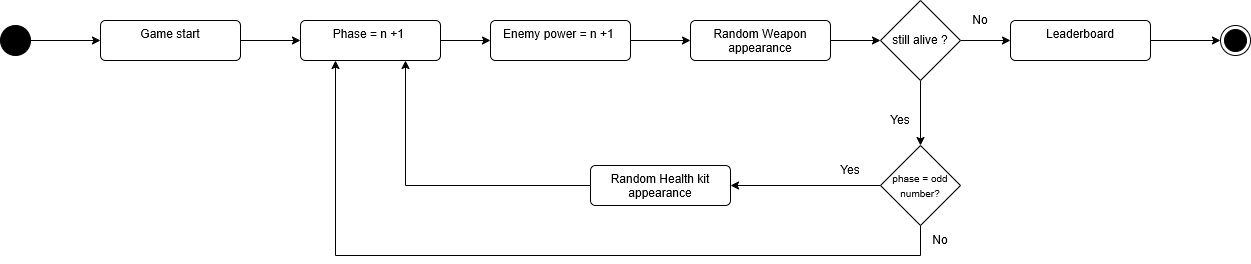
The draw.io diagram src/welcomePage/ressources/images/GamePlayDiagram.drawio.png in FlorentEpiney/SunCity, before a commit. Source tidied: cells renumbered, new cells last; positions are measured from the earlier drawing's top-left corner, leaving out a move shared by most shapes. The source it was exported from:
```xml
<mxGraphModel>
  <root>
    <mxCell id="0" />
    <mxCell id="1" parent="0" />
    <mxCell id="2" style="edgeStyle=orthogonalEdgeStyle;rounded=0;jettySize=auto;html=1;" parent="1" edge="1" source="3" target="5">
      <mxGeometry relative="1" as="geometry" />
    </mxCell>
    <mxCell id="3" style="ellipse;fillColor=strokeColor;html=1;" parent="1" vertex="1">
      <mxGeometry y="25" width="30" height="30" as="geometry" />
    </mxCell>
    <mxCell id="4" style="edgeStyle=orthogonalEdgeStyle;rounded=0;jettySize=auto;html=1;entryX=0;entryY=0.5;entryDx=0;entryDy=0;" parent="1" edge="1" source="5" target="7">
      <mxGeometry relative="1" as="geometry" />
    </mxCell>
    <mxCell id="5" value="Game start" style="html=1;align=center;verticalAlign=top;rounded=1;absoluteArcSize=1;arcSize=10;dashed=0;whiteSpace=wrap;" parent="1" vertex="1">
      <mxGeometry x="100" y="20" width="140" height="40" as="geometry" />
    </mxCell>
    <mxCell id="6" style="edgeStyle=orthogonalEdgeStyle;rounded=0;jettySize=auto;html=1;" parent="1" edge="1" source="7" target="21">
      <mxGeometry relative="1" as="geometry" />
    </mxCell>
    <mxCell id="7" value="Phase = n +1&amp;nbsp;" style="html=1;align=center;verticalAlign=top;rounded=1;absoluteArcSize=1;arcSize=10;dashed=0;whiteSpace=wrap;" parent="1" vertex="1">
      <mxGeometry x="300" y="20" width="140" height="40" as="geometry" />
    </mxCell>
    <mxCell id="8" style="edgeStyle=orthogonalEdgeStyle;rounded=0;jettySize=auto;html=1;" parent="1" edge="1" source="9" target="14">
      <mxGeometry relative="1" as="geometry" />
    </mxCell>
    <mxCell id="9" value="Random Weapon appearance" style="html=1;align=center;verticalAlign=top;rounded=1;absoluteArcSize=1;arcSize=10;dashed=0;whiteSpace=wrap;" parent="1" vertex="1">
      <mxGeometry x="690" y="20" width="140" height="40" as="geometry" />
    </mxCell>
    <mxCell id="10" style="edgeStyle=orthogonalEdgeStyle;rounded=0;jettySize=auto;html=1;entryX=0;entryY=0.5;entryDx=0;entryDy=0;" parent="1" edge="1" source="11" target="22">
      <mxGeometry relative="1" as="geometry" />
    </mxCell>
    <mxCell id="11" value="Leaderboard" style="html=1;align=center;verticalAlign=top;rounded=1;absoluteArcSize=1;arcSize=10;dashed=0;whiteSpace=wrap;" parent="1" vertex="1">
      <mxGeometry x="1010" y="20" width="140" height="40" as="geometry" />
    </mxCell>
    <mxCell id="12" style="edgeStyle=orthogonalEdgeStyle;rounded=0;jettySize=auto;html=1;exitX=1;exitY=0.5;exitDx=0;exitDy=0;entryX=0;entryY=0.5;entryDx=0;entryDy=0;" parent="1" edge="1" source="14" target="11">
      <mxGeometry relative="1" as="geometry" />
    </mxCell>
    <mxCell id="13" style="edgeStyle=orthogonalEdgeStyle;rounded=0;jettySize=auto;html=1;exitX=0.5;exitY=1;exitDx=0;exitDy=0;entryX=0.5;entryY=0;entryDx=0;entryDy=0;" parent="1" edge="1" source="14" target="17">
      <mxGeometry relative="1" as="geometry" />
    </mxCell>
    <mxCell id="14" value="still alive ?" style="rhombus;whiteSpace=wrap;html=1;" parent="1" vertex="1">
      <mxGeometry x="880" width="80" height="80" as="geometry" />
    </mxCell>
    <mxCell id="15" style="edgeStyle=orthogonalEdgeStyle;rounded=0;jettySize=auto;html=1;exitX=0;exitY=0.5;exitDx=0;exitDy=0;entryX=1;entryY=0.5;entryDx=0;entryDy=0;" parent="1" edge="1" source="17" target="19">
      <mxGeometry relative="1" as="geometry" />
    </mxCell>
    <mxCell id="16" style="edgeStyle=orthogonalEdgeStyle;rounded=0;jettySize=auto;html=1;entryX=0.25;entryY=1;entryDx=0;entryDy=0;" parent="1" edge="1" source="17" target="7">
      <mxGeometry relative="1" as="geometry">
        <Array as="points">
          <mxPoint x="920" y="255" />
          <mxPoint x="335" y="255" />
        </Array>
      </mxGeometry>
    </mxCell>
    <mxCell id="17" value="&lt;font style=&quot;font-size: 10px;&quot;&gt;phase = odd number?&lt;/font&gt;" style="rhombus;whiteSpace=wrap;html=1;" parent="1" vertex="1">
      <mxGeometry x="880" y="145" width="80" height="80" as="geometry" />
    </mxCell>
    <mxCell id="18" style="edgeStyle=orthogonalEdgeStyle;rounded=0;jettySize=auto;html=1;entryX=0.75;entryY=1;entryDx=0;entryDy=0;" parent="1" edge="1" source="19" target="7">
      <mxGeometry relative="1" as="geometry" />
    </mxCell>
    <mxCell id="19" value="Random Health kit appearance" style="html=1;align=center;verticalAlign=top;rounded=1;absoluteArcSize=1;arcSize=10;dashed=0;whiteSpace=wrap;" parent="1" vertex="1">
      <mxGeometry x="590" y="165" width="140" height="40" as="geometry" />
    </mxCell>
    <mxCell id="20" style="edgeStyle=orthogonalEdgeStyle;rounded=0;jettySize=auto;html=1;" parent="1" edge="1" source="21" target="9">
      <mxGeometry relative="1" as="geometry" />
    </mxCell>
    <mxCell id="21" value="Enemy power = n +1&amp;nbsp;" style="html=1;align=center;verticalAlign=top;rounded=1;absoluteArcSize=1;arcSize=10;dashed=0;whiteSpace=wrap;" parent="1" vertex="1">
      <mxGeometry x="490" y="20" width="140" height="40" as="geometry" />
    </mxCell>
    <mxCell id="22" style="ellipse;html=1;shape=endState;fillColor=strokeColor;" parent="1" vertex="1">
      <mxGeometry x="1220" y="25" width="30" height="30" as="geometry" />
    </mxCell>
    <mxCell id="23" value="No" style="text;html=1;align=center;verticalAlign=middle;whiteSpace=wrap;rounded=0;" parent="1" vertex="1">
      <mxGeometry x="950" y="5" width="60" height="30" as="geometry" />
    </mxCell>
    <mxCell id="24" value="Yes" style="text;html=1;align=center;verticalAlign=middle;whiteSpace=wrap;rounded=0;" parent="1" vertex="1">
      <mxGeometry x="870" y="105" width="60" height="30" as="geometry" />
    </mxCell>
    <mxCell id="25" value="No" style="text;html=1;align=center;verticalAlign=middle;whiteSpace=wrap;rounded=0;" parent="1" vertex="1">
      <mxGeometry x="910" y="225" width="60" height="30" as="geometry" />
    </mxCell>
    <mxCell id="26" value="Yes" style="text;html=1;align=center;verticalAlign=middle;whiteSpace=wrap;rounded=0;" parent="1" vertex="1">
      <mxGeometry x="820" y="155" width="60" height="30" as="geometry" />
    </mxCell>
  </root>
</mxGraphModel>
```
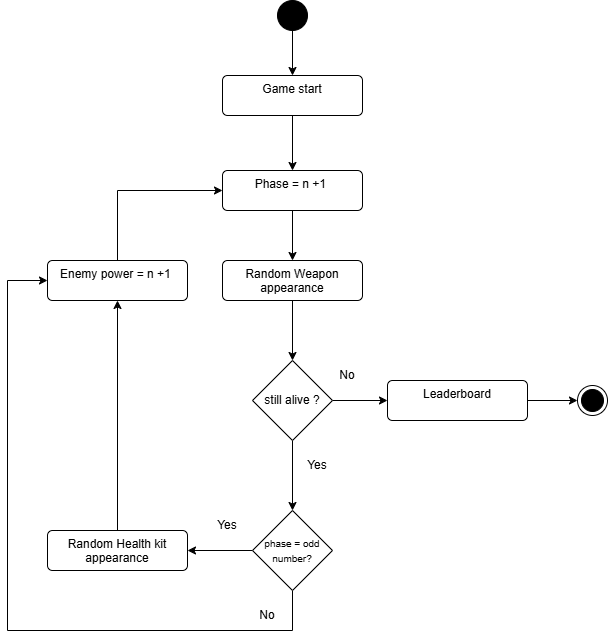
After the change.

Change to the diagram source:
```diff
@@ -8,79 +8,80 @@
     <mxCell id="3" style="ellipse;fillColor=strokeColor;html=1;" parent="1" vertex="1">
       <mxGeometry y="25" width="30" height="30" as="geometry" />
     </mxCell>
-    <mxCell id="4" style="edgeStyle=orthogonalEdgeStyle;rounded=0;jettySize=auto;html=1;entryX=0;entryY=0.5;entryDx=0;entryDy=0;" parent="1" edge="1" source="5" target="7">
+    <mxCell id="4" style="edgeStyle=orthogonalEdgeStyle;rounded=0;jettySize=auto;html=1;exitX=0.5;exitY=1;exitDx=0;exitDy=0;entryX=0.5;entryY=0;entryDx=0;entryDy=0;" parent="1" edge="1" source="5" target="7">
       <mxGeometry relative="1" as="geometry" />
     </mxCell>
     <mxCell id="5" value="Game start" style="html=1;align=center;verticalAlign=top;rounded=1;absoluteArcSize=1;arcSize=10;dashed=0;whiteSpace=wrap;" parent="1" vertex="1">
-      <mxGeometry x="100" y="20" width="140" height="40" as="geometry" />
+      <mxGeometry x="-55" y="100" width="140" height="40" as="geometry" />
     </mxCell>
-    <mxCell id="6" style="edgeStyle=orthogonalEdgeStyle;rounded=0;jettySize=auto;html=1;" parent="1" edge="1" source="7" target="21">
-      <mxGeometry relative="1" as="geometry" />
-    </mxCell>
+    <mxCell id="27" style="edgeStyle=orthogonalEdgeStyle;rounded=0;jettySize=auto;html=1;exitX=0.5;exitY=1;exitDx=0;exitDy=0;entryX=0.5;entryY=0;entryDx=0;entryDy=0;" parent="1" edge="1" source="7" target="9">
+      <mxGeometry relative="1" as="geometry" />
+    </mxCell>
     <mxCell id="7" value="Phase = n +1&amp;nbsp;" style="html=1;align=center;verticalAlign=top;rounded=1;absoluteArcSize=1;arcSize=10;dashed=0;whiteSpace=wrap;" parent="1" vertex="1">
-      <mxGeometry x="300" y="20" width="140" height="40" as="geometry" />
+      <mxGeometry x="-55" y="195" width="140" height="40" as="geometry" />
     </mxCell>
-    <mxCell id="8" style="edgeStyle=orthogonalEdgeStyle;rounded=0;jettySize=auto;html=1;" parent="1" edge="1" source="9" target="14">
+    <mxCell id="8" style="edgeStyle=orthogonalEdgeStyle;rounded=0;jettySize=auto;html=1;entryX=0.5;entryY=0;entryDx=0;entryDy=0;" parent="1" edge="1" source="9" target="14">
       <mxGeometry relative="1" as="geometry" />
     </mxCell>
     <mxCell id="9" value="Random Weapon appearance" style="html=1;align=center;verticalAlign=top;rounded=1;absoluteArcSize=1;arcSize=10;dashed=0;whiteSpace=wrap;" parent="1" vertex="1">
-      <mxGeometry x="690" y="20" width="140" height="40" as="geometry" />
+      <mxGeometry x="-55" y="285" width="140" height="40" as="geometry" />
     </mxCell>
-    <mxCell id="10" style="edgeStyle=orthogonalEdgeStyle;rounded=0;jettySize=auto;html=1;entryX=0;entryY=0.5;entryDx=0;entryDy=0;" parent="1" edge="1" source="11" target="22">
-      <mxGeometry relative="1" as="geometry" />
-    </mxCell>
+    <mxCell id="28" style="edgeStyle=orthogonalEdgeStyle;rounded=0;jettySize=auto;html=1;entryX=0;entryY=0.5;entryDx=0;entryDy=0;" parent="1" edge="1" source="11" target="32">
+      <mxGeometry relative="1" as="geometry" />
+    </mxCell>
     <mxCell id="11" value="Leaderboard" style="html=1;align=center;verticalAlign=top;rounded=1;absoluteArcSize=1;arcSize=10;dashed=0;whiteSpace=wrap;" parent="1" vertex="1">
-      <mxGeometry x="1010" y="20" width="140" height="40" as="geometry" />
+      <mxGeometry x="110" y="405" width="140" height="40" as="geometry" />
     </mxCell>
-    <mxCell id="12" style="edgeStyle=orthogonalEdgeStyle;rounded=0;jettySize=auto;html=1;exitX=1;exitY=0.5;exitDx=0;exitDy=0;entryX=0;entryY=0.5;entryDx=0;entryDy=0;" parent="1" edge="1" source="14" target="11">
+    <mxCell id="12" style="edgeStyle=orthogonalEdgeStyle;rounded=0;jettySize=auto;html=1;entryX=0;entryY=0.5;entryDx=0;entryDy=0;" parent="1" edge="1" source="14" target="11">
       <mxGeometry relative="1" as="geometry" />
     </mxCell>
     <mxCell id="13" style="edgeStyle=orthogonalEdgeStyle;rounded=0;jettySize=auto;html=1;exitX=0.5;exitY=1;exitDx=0;exitDy=0;entryX=0.5;entryY=0;entryDx=0;entryDy=0;" parent="1" edge="1" source="14" target="17">
       <mxGeometry relative="1" as="geometry" />
     </mxCell>
     <mxCell id="14" value="still alive ?" style="rhombus;whiteSpace=wrap;html=1;" parent="1" vertex="1">
-      <mxGeometry x="880" width="80" height="80" as="geometry" />
+      <mxGeometry x="-25" y="385" width="80" height="80" as="geometry" />
     </mxCell>
     <mxCell id="15" style="edgeStyle=orthogonalEdgeStyle;rounded=0;jettySize=auto;html=1;exitX=0;exitY=0.5;exitDx=0;exitDy=0;entryX=1;entryY=0.5;entryDx=0;entryDy=0;" parent="1" edge="1" source="17" target="19">
       <mxGeometry relative="1" as="geometry" />
     </mxCell>
-    <mxCell id="16" style="edgeStyle=orthogonalEdgeStyle;rounded=0;jettySize=auto;html=1;entryX=0.25;entryY=1;entryDx=0;entryDy=0;" parent="1" edge="1" source="17" target="7">
-      <mxGeometry relative="1" as="geometry">
-        <Array as="points">
-          <mxPoint x="920" y="255" />
-          <mxPoint x="335" y="255" />
-        </Array>
-      </mxGeometry>
-    </mxCell>
+    <mxCell id="29" style="edgeStyle=orthogonalEdgeStyle;rounded=0;jettySize=auto;html=1;entryX=0;entryY=0.5;entryDx=0;entryDy=0;" parent="1" edge="1" source="17" target="21">
+      <mxGeometry relative="1" as="geometry">
+        <Array as="points">
+          <mxPoint x="15" y="655" />
+          <mxPoint x="-270" y="655" />
+          <mxPoint x="-270" y="305" />
+        </Array>
+      </mxGeometry>
+    </mxCell>
     <mxCell id="17" value="&lt;font style=&quot;font-size: 10px;&quot;&gt;phase = odd number?&lt;/font&gt;" style="rhombus;whiteSpace=wrap;html=1;" parent="1" vertex="1">
-      <mxGeometry x="880" y="145" width="80" height="80" as="geometry" />
+      <mxGeometry x="-25" y="535" width="80" height="80" as="geometry" />
     </mxCell>
-    <mxCell id="18" style="edgeStyle=orthogonalEdgeStyle;rounded=0;jettySize=auto;html=1;entryX=0.75;entryY=1;entryDx=0;entryDy=0;" parent="1" edge="1" source="19" target="7">
-      <mxGeometry relative="1" as="geometry" />
-    </mxCell>
+    <mxCell id="30" style="edgeStyle=orthogonalEdgeStyle;rounded=0;jettySize=auto;html=1;exitX=0.5;exitY=0;exitDx=0;exitDy=0;" parent="1" edge="1" source="19" target="21">
+      <mxGeometry relative="1" as="geometry" />
+    </mxCell>
     <mxCell id="19" value="Random Health kit appearance" style="html=1;align=center;verticalAlign=top;rounded=1;absoluteArcSize=1;arcSize=10;dashed=0;whiteSpace=wrap;" parent="1" vertex="1">
-      <mxGeometry x="590" y="165" width="140" height="40" as="geometry" />
+      <mxGeometry x="-230" y="555" width="140" height="40" as="geometry" />
     </mxCell>
-    <mxCell id="20" style="edgeStyle=orthogonalEdgeStyle;rounded=0;jettySize=auto;html=1;" parent="1" edge="1" source="21" target="9">
-      <mxGeometry relative="1" as="geometry" />
-    </mxCell>
+    <mxCell id="31" style="edgeStyle=orthogonalEdgeStyle;rounded=0;jettySize=auto;html=1;exitX=0.5;exitY=0;exitDx=0;exitDy=0;entryX=0;entryY=0.5;entryDx=0;entryDy=0;" parent="1" edge="1" source="21" target="7">
+      <mxGeometry relative="1" as="geometry" />
+    </mxCell>
     <mxCell id="21" value="Enemy power = n +1&amp;nbsp;" style="html=1;align=center;verticalAlign=top;rounded=1;absoluteArcSize=1;arcSize=10;dashed=0;whiteSpace=wrap;" parent="1" vertex="1">
-      <mxGeometry x="490" y="20" width="140" height="40" as="geometry" />
+      <mxGeometry x="-230" y="285" width="140" height="40" as="geometry" />
     </mxCell>
-    <mxCell id="22" style="ellipse;html=1;shape=endState;fillColor=strokeColor;" parent="1" vertex="1">
-      <mxGeometry x="1220" y="25" width="30" height="30" as="geometry" />
-    </mxCell>
-    <mxCell id="23" value="No" style="text;html=1;align=center;verticalAlign=middle;whiteSpace=wrap;rounded=0;" parent="1" vertex="1">
-      <mxGeometry x="950" y="5" width="60" height="30" as="geometry" />
-    </mxCell>
-    <mxCell id="24" value="Yes" style="text;html=1;align=center;verticalAlign=middle;whiteSpace=wrap;rounded=0;" parent="1" vertex="1">
-      <mxGeometry x="870" y="105" width="60" height="30" as="geometry" />
-    </mxCell>
-    <mxCell id="25" value="No" style="text;html=1;align=center;verticalAlign=middle;whiteSpace=wrap;rounded=0;" parent="1" vertex="1">
-      <mxGeometry x="910" y="225" width="60" height="30" as="geometry" />
-    </mxCell>
-    <mxCell id="26" value="Yes" style="text;html=1;align=center;verticalAlign=middle;whiteSpace=wrap;rounded=0;" parent="1" vertex="1">
-      <mxGeometry x="820" y="155" width="60" height="30" as="geometry" />
-    </mxCell>
+    <mxCell id="32" style="ellipse;html=1;shape=endState;fillColor=strokeColor;" parent="1" vertex="1">
+      <mxGeometry x="300" y="410" width="30" height="30" as="geometry" />
+    </mxCell>
+    <mxCell id="33" value="Yes" style="text;html=1;align=center;verticalAlign=middle;whiteSpace=wrap;rounded=0;" parent="1" vertex="1">
+      <mxGeometry x="10" y="475" width="60" height="30" as="geometry" />
+    </mxCell>
+    <mxCell id="34" value="No" style="text;html=1;align=center;verticalAlign=middle;whiteSpace=wrap;rounded=0;" parent="1" vertex="1">
+      <mxGeometry x="-40" y="625" width="60" height="30" as="geometry" />
+    </mxCell>
+    <mxCell id="35" value="Yes" style="text;html=1;align=center;verticalAlign=middle;whiteSpace=wrap;rounded=0;" parent="1" vertex="1">
+      <mxGeometry x="-80" y="535" width="60" height="30" as="geometry" />
+    </mxCell>
+    <mxCell id="36" value="No" style="text;html=1;align=center;verticalAlign=middle;whiteSpace=wrap;rounded=0;" parent="1" vertex="1">
+      <mxGeometry x="40" y="385" width="60" height="30" as="geometry" />
+    </mxCell>
   </root>
 </mxGraphModel>
```
